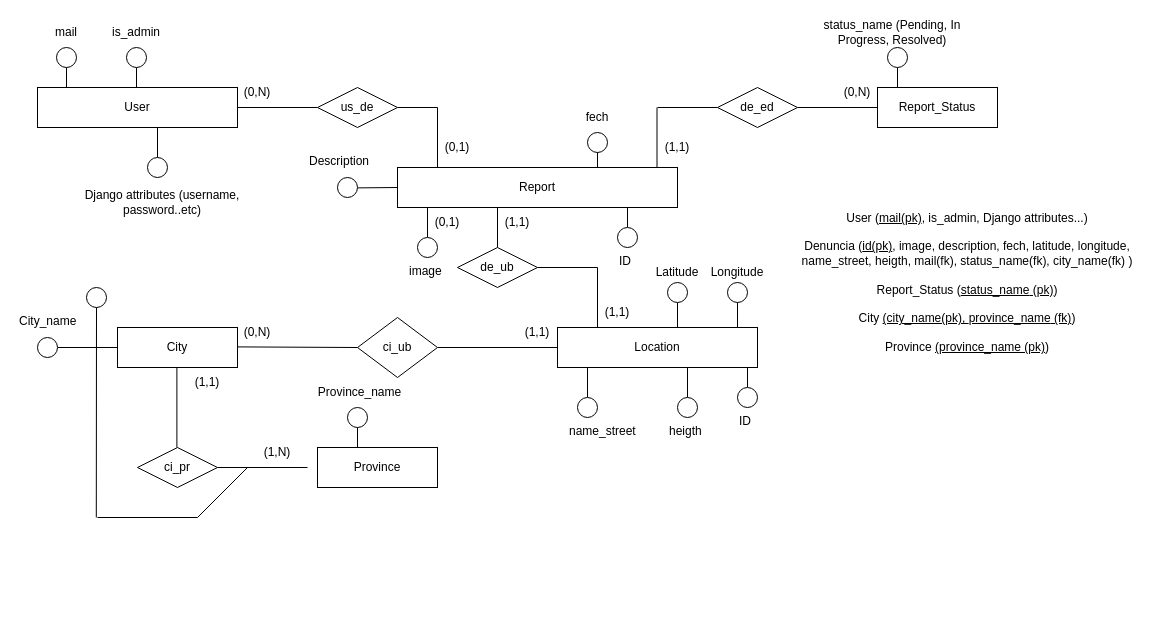
Before: documentation/database_modeling/conceptual_logical_physical_diagram.drawio in agustinsalum/zero_potholes, a draw.io diagram. Source tidied: cells renumbered, new cells numbered last; positions are measured from the earlier drawing's top-left corner, leaving out a move shared by most shapes. Both pictures are drawn from the tidied source at 100%, with x=0, y=0 at pixel (17, 17).
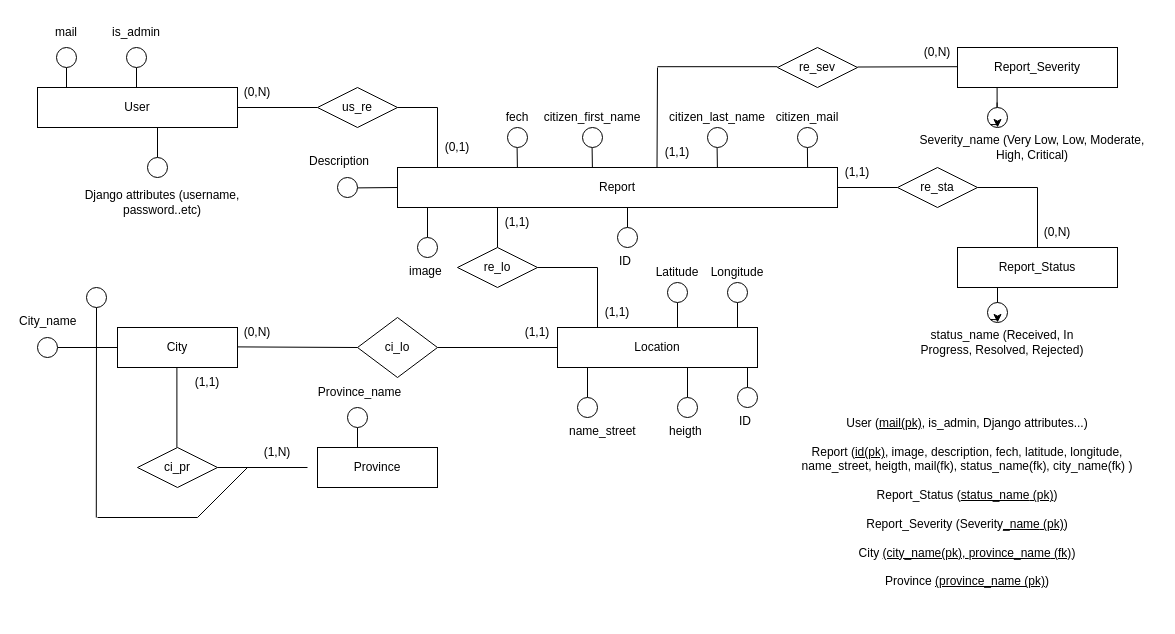
The same diagram, later.

Commit message (it also covers changes not shown here):
Update DB schema, model fields and documentation

Diff of the diagram source:
```diff
@@
     <mxCell id="3" value="Report" style="rounded=0;whiteSpace=wrap;html=1;" parent="1" vertex="1">
-      <mxGeometry x="380" y="150" width="280" height="40" as="geometry" />
+      <mxGeometry x="380" y="150" width="440" height="40" as="geometry" />
     </mxCell>
     <mxCell id="4" value="Report_Status" style="rounded=0;whiteSpace=wrap;html=1;" parent="1" vertex="1">
-      <mxGeometry x="860" y="70" width="120" height="40" as="geometry" />
+      <mxGeometry x="940" y="230" width="160" height="40" as="geometry" />
     </mxCell>
@@
-    <mxCell id="19" value="us_de" style="rhombus;whiteSpace=wrap;html=1;" parent="1" vertex="1">
+    <mxCell id="19" value="us_re" style="rhombus;whiteSpace=wrap;html=1;" parent="1" vertex="1">
       <mxGeometry x="300" y="70" width="80" height="40" as="geometry" />
     </mxCell>
@@
-    <mxCell id="33" value="de_ub" style="rhombus;whiteSpace=wrap;html=1;" parent="1" vertex="1">
+    <mxCell id="33" value="re_lo" style="rhombus;whiteSpace=wrap;html=1;" parent="1" vertex="1">
       <mxGeometry x="440" y="230" width="80" height="40" as="geometry" />
     </mxCell>
@@
-    <mxCell id="35" value="ci_ub" style="rhombus;whiteSpace=wrap;html=1;" parent="1" vertex="1">
+    <mxCell id="35" value="ci_lo" style="rhombus;whiteSpace=wrap;html=1;" parent="1" vertex="1">
       <mxGeometry x="340" y="300" width="80" height="60" as="geometry" />
     </mxCell>
@@
     <mxCell id="39" style="endArrow=none;html=1;rounded=0;" parent="1" edge="1">
       <mxGeometry relative="1" as="geometry">
         <mxPoint x="639.5" y="150" as="sourcePoint" />
-        <mxPoint x="639.5" y="90" as="targetPoint" />
+        <mxPoint x="640" y="50" as="targetPoint" />
       </mxGeometry>
     </mxCell>
-    <mxCell id="40" value="de_ed" style="rhombus;whiteSpace=wrap;html=1;" parent="1" vertex="1">
-      <mxGeometry x="700" y="70" width="80" height="40" as="geometry" />
+    <mxCell id="40" value="re_sta" style="rhombus;whiteSpace=wrap;html=1;" parent="1" vertex="1">
+      <mxGeometry x="880" y="150" width="80" height="40" as="geometry" />
     </mxCell>
     <mxCell id="41" value="(1,1)" style="text;html=1;align=center;verticalAlign=middle;whiteSpace=wrap;rounded=0;" parent="1" vertex="1">
-      <mxGeometry x="630" y="115" width="60" height="30" as="geometry" />
+      <mxGeometry x="810" y="140" width="60" height="30" as="geometry" />
     </mxCell>
     <mxCell id="42" value="(0,N)" style="text;html=1;align=center;verticalAlign=middle;whiteSpace=wrap;rounded=0;" parent="1" vertex="1">
-      <mxGeometry x="810" y="60" width="60" height="30" as="geometry" />
+      <mxGeometry x="1010" y="200" width="60" height="30" as="geometry" />
     </mxCell>
-    <mxCell id="43" style="endArrow=none;html=1;rounded=0;" parent="1" edge="1" source="45">
+    <mxCell id="43" style="endArrow=none;html=1;rounded=0;" parent="1" edge="1">
       <mxGeometry relative="1" as="geometry">
-        <mxPoint x="880" y="40" as="targetPoint" />
+        <mxPoint x="980" y="270" as="sourcePoint" />
+        <mxPoint x="980" y="285" as="targetPoint" />
+        <Array as="points">
+          <mxPoint x="980" y="290" />
+        </Array>
       </mxGeometry>
     </mxCell>
-    <mxCell id="44" style="endArrow=none;html=1;rounded=0;" parent="1" edge="1" target="45">
-      <mxGeometry relative="1" as="geometry">
-        <mxPoint x="880" y="70" as="sourcePoint" />
-      </mxGeometry>
-    </mxCell>
     <mxCell id="45" style="ellipse;whiteSpace=wrap;html=1;labelBackgroundColor=light-dark(#000000,#000000);fillColor=light-dark(#FFFFFF,#FFFFFF);" parent="1" vertex="1">
-      <mxGeometry x="870" y="30" width="20" height="20" as="geometry" />
+      <mxGeometry x="970" y="285" width="20" height="20" as="geometry" />
     </mxCell>
-    <mxCell id="46" value="status_name&amp;nbsp;(&lt;span style=&quot;background-color: transparent;&quot;&gt;Pending,&amp;nbsp;&lt;/span&gt;&lt;span style=&quot;background-color: transparent; color: light-dark(rgb(0, 0, 0), rgb(255, 255, 255));&quot;&gt;In Progress,&amp;nbsp;&lt;/span&gt;&lt;span style=&quot;background-color: transparent;&quot;&gt;Resolved&lt;/span&gt;)" style="text;html=1;align=center;verticalAlign=middle;whiteSpace=wrap;rounded=0;" parent="1" vertex="1">
-      <mxGeometry x="760" width="230" height="30" as="geometry" />
+    <mxCell id="46" value="status_name&amp;nbsp;(&lt;span style=&quot;background-color: transparent;&quot;&gt;Received,&amp;nbsp;&lt;/span&gt;&lt;span style=&quot;background-color: transparent; color: light-dark(rgb(0, 0, 0), rgb(255, 255, 255));&quot;&gt;In Progress,&amp;nbsp;&lt;/span&gt;&lt;span style=&quot;background-color: transparent; color: light-dark(rgb(0, 0, 0), rgb(255, 255, 255));&quot;&gt;Resolved,&amp;nbsp;&lt;/span&gt;&lt;span style=&quot;background-color: transparent;&quot;&gt;Rejected&lt;/span&gt;)" style="text;html=1;align=center;verticalAlign=middle;whiteSpace=wrap;rounded=0;" parent="1" vertex="1">
+      <mxGeometry x="860" y="310" width="250" height="30" as="geometry" />
     </mxCell>
@@
     <mxCell id="50" style="endArrow=none;html=1;rounded=0;" parent="1" edge="1">
       <mxGeometry relative="1" as="geometry">
-        <mxPoint x="640" y="90" as="sourcePoint" />
-        <mxPoint x="700" y="90" as="targetPoint" />
+        <mxPoint x="820" y="170" as="sourcePoint" />
+        <mxPoint x="880" y="170" as="targetPoint" />
       </mxGeometry>
     </mxCell>
     <mxCell id="51" style="endArrow=none;html=1;rounded=0;" parent="1" edge="1">
       <mxGeometry relative="1" as="geometry">
-        <mxPoint x="780" y="90" as="sourcePoint" />
-        <mxPoint x="860" y="90" as="targetPoint" />
+        <mxPoint x="1020" y="170" as="sourcePoint" />
+        <mxPoint x="1020" y="230" as="targetPoint" />
       </mxGeometry>
     </mxCell>
-    <mxCell id="52" style="endArrow=none;html=1;rounded=0;" parent="1" edge="1" source="54">
-      <mxGeometry relative="1" as="geometry">
-        <mxPoint x="580" y="125" as="targetPoint" />
-        <Array as="points">
-          <mxPoint x="580" y="140" />
-        </Array>
-      </mxGeometry>
-    </mxCell>
-    <mxCell id="53" style="endArrow=none;html=1;rounded=0;" parent="1" edge="1" target="54">
+    <mxCell id="53" style="endArrow=none;html=1;rounded=0;" parent="1" edge="1">
       <mxGeometry relative="1" as="geometry">
-        <mxPoint x="580" y="150" as="sourcePoint" />
+        <mxPoint x="499.9" y="150" as="sourcePoint" />
+        <mxPoint x="499.6" y="130" as="targetPoint" />
       </mxGeometry>
     </mxCell>
     <mxCell id="54" style="ellipse;whiteSpace=wrap;html=1;labelBackgroundColor=light-dark(#000000,#000000);" parent="1" vertex="1">
-      <mxGeometry x="570" y="115" width="20" height="20" as="geometry" />
+      <mxGeometry x="490" y="110" width="20" height="20" as="geometry" />
     </mxCell>
     <mxCell id="55" value="fech" style="text;html=1;align=center;verticalAlign=middle;whiteSpace=wrap;rounded=0;" parent="1" vertex="1">
-      <mxGeometry x="550" y="80" width="60" height="40" as="geometry" />
+      <mxGeometry x="470" y="80" width="60" height="40" as="geometry" />
     </mxCell>
@@
-    <mxCell id="80" value="(0,1)" style="text;html=1;align=center;verticalAlign=middle;whiteSpace=wrap;rounded=0;" parent="1" vertex="1">
-      <mxGeometry x="400" y="190" width="60" height="30" as="geometry" />
-    </mxCell>
@@
-    <mxCell id="95" value="User (&lt;u&gt;mail(pk)&lt;/u&gt;, is_admin, Django attributes...)&lt;div&gt;&lt;br&gt;&lt;/div&gt;&lt;div&gt;Denuncia (&lt;u&gt;id(pk)&lt;/u&gt;, image, description, fech, latitude, longitude, name_street, heigth, mail(fk),&amp;nbsp;status_name(fk), city_name(fk) )&lt;/div&gt;&lt;div&gt;&lt;br&gt;&lt;/div&gt;&lt;div&gt;&lt;span style=&quot;background-color: transparent; color: light-dark(rgb(0, 0, 0), rgb(255, 255, 255));&quot;&gt;Report_Status&lt;/span&gt;&amp;nbsp;(&lt;span style=&quot;background-color: transparent; color: light-dark(rgb(0, 0, 0), rgb(255, 255, 255));&quot;&gt;&lt;u&gt;status_name&lt;/u&gt;&lt;/span&gt;&lt;u style=&quot;background-color: transparent; color: light-dark(rgb(0, 0, 0), rgb(255, 255, 255));&quot;&gt;&amp;nbsp;(pk)&lt;/u&gt;&lt;span style=&quot;background-color: transparent; color: light-dark(rgb(0, 0, 0), rgb(255, 255, 255));&quot;&gt;)&lt;/span&gt;&lt;/div&gt;&lt;div&gt;&lt;br&gt;&lt;/div&gt;&lt;div&gt;City &lt;u&gt;(city_name(pk),&amp;nbsp;&lt;span style=&quot;background-color: transparent;&quot;&gt;province_name&lt;/span&gt;&lt;span style=&quot;background-color: transparent; color: light-dark(rgb(0, 0, 0), rgb(255, 255, 255));&quot;&gt;&amp;nbsp;(fk)&lt;/span&gt;&lt;/u&gt;&lt;span style=&quot;background-color: transparent; color: light-dark(rgb(0, 0, 0), rgb(255, 255, 255));&quot;&gt;)&lt;/span&gt;&lt;/div&gt;&lt;div&gt;&lt;br&gt;&lt;/div&gt;&lt;div&gt;&lt;span style=&quot;background-color: transparent; color: light-dark(rgb(0, 0, 0), rgb(255, 255, 255));&quot;&gt;Province&lt;/span&gt;&amp;nbsp;&lt;u&gt;(province_name&amp;nbsp;(pk)&lt;/u&gt;)&lt;/div&gt;" style="text;html=1;align=center;verticalAlign=middle;whiteSpace=wrap;rounded=0;" parent="1" vertex="1">
-      <mxGeometry x="760" y="150" width="380" height="230" as="geometry" />
+    <mxCell id="95" value="User (&lt;u&gt;mail(pk)&lt;/u&gt;, is_admin, Django attributes...)&lt;div&gt;&lt;br&gt;&lt;/div&gt;&lt;div&gt;Report (&lt;u&gt;id(pk)&lt;/u&gt;, image, description, fech, latitude, longitude, name_street, heigth, mail(fk),&amp;nbsp;status_name(fk), city_name(fk) )&lt;/div&gt;&lt;div&gt;&lt;br&gt;&lt;/div&gt;&lt;div&gt;&lt;span style=&quot;background-color: transparent; color: light-dark(rgb(0, 0, 0), rgb(255, 255, 255));&quot;&gt;Report_Status&lt;/span&gt;&amp;nbsp;(&lt;span style=&quot;background-color: transparent; color: light-dark(rgb(0, 0, 0), rgb(255, 255, 255));&quot;&gt;&lt;u&gt;status_name&lt;/u&gt;&lt;/span&gt;&lt;u style=&quot;background-color: transparent; color: light-dark(rgb(0, 0, 0), rgb(255, 255, 255));&quot;&gt;&amp;nbsp;(pk)&lt;/u&gt;&lt;span style=&quot;background-color: transparent; color: light-dark(rgb(0, 0, 0), rgb(255, 255, 255));&quot;&gt;)&lt;/span&gt;&lt;/div&gt;&lt;div&gt;&lt;span style=&quot;background-color: transparent; color: light-dark(rgb(0, 0, 0), rgb(255, 255, 255));&quot;&gt;&lt;br&gt;&lt;/span&gt;&lt;/div&gt;&lt;div&gt;&lt;span style=&quot;color: light-dark(rgb(0, 0, 0), rgb(255, 255, 255)); background-color: transparent;&quot;&gt;Report_&lt;/span&gt;&lt;span style=&quot;background-color: transparent; color: light-dark(rgb(0, 0, 0), rgb(255, 255, 255));&quot;&gt;Severity&lt;/span&gt;&lt;span style=&quot;background-color: transparent; color: light-dark(rgb(0, 0, 0), rgb(255, 255, 255));&quot;&gt;&amp;nbsp;(&lt;/span&gt;&lt;span style=&quot;background-color: transparent; color: light-dark(rgb(0, 0, 0), rgb(255, 255, 255));&quot;&gt;Severity&lt;/span&gt;&lt;span style=&quot;background-color: transparent; color: light-dark(rgb(0, 0, 0), rgb(255, 255, 255));&quot;&gt;&lt;u&gt;_name&lt;/u&gt;&lt;/span&gt;&lt;u style=&quot;background-color: transparent; color: light-dark(rgb(0, 0, 0), rgb(255, 255, 255));&quot;&gt;&amp;nbsp;(pk)&lt;/u&gt;&lt;span style=&quot;background-color: transparent; color: light-dark(rgb(0, 0, 0), rgb(255, 255, 255));&quot;&gt;)&lt;/span&gt;&lt;/div&gt;&lt;div&gt;&lt;br&gt;&lt;/div&gt;&lt;div&gt;City &lt;u&gt;(city_name(pk),&amp;nbsp;&lt;span style=&quot;background-color: transparent;&quot;&gt;province_name&lt;/span&gt;&lt;span style=&quot;background-color: transparent; color: light-dark(rgb(0, 0, 0), rgb(255, 255, 255));&quot;&gt;&amp;nbsp;(fk)&lt;/span&gt;&lt;/u&gt;&lt;span style=&quot;background-color: transparent; color: light-dark(rgb(0, 0, 0), rgb(255, 255, 255));&quot;&gt;)&lt;/span&gt;&lt;/div&gt;&lt;div&gt;&lt;br&gt;&lt;/div&gt;&lt;div&gt;&lt;span style=&quot;background-color: transparent; color: light-dark(rgb(0, 0, 0), rgb(255, 255, 255));&quot;&gt;Province&lt;/span&gt;&amp;nbsp;&lt;u&gt;(province_name&amp;nbsp;(pk)&lt;/u&gt;)&lt;/div&gt;" style="text;html=1;align=center;verticalAlign=middle;whiteSpace=wrap;rounded=0;" parent="1" vertex="1">
+      <mxGeometry x="760" y="370" width="380" height="230" as="geometry" />
     </mxCell>
+    <mxCell id="96" style="endArrow=none;html=1;rounded=0;exitX=1;exitY=0.5;exitDx=0;exitDy=0;" parent="1" edge="1">
+      <mxGeometry relative="1" as="geometry">
+        <mxPoint x="640" y="49.2" as="sourcePoint" />
+        <mxPoint x="760" y="49.2" as="targetPoint" />
+      </mxGeometry>
+    </mxCell>
+    <mxCell id="97" style="edgeStyle=orthogonalEdgeStyle;rounded=0;orthogonalLoop=1;jettySize=auto;html=1;exitX=0;exitY=1;exitDx=0;exitDy=0;entryX=0.5;entryY=1;entryDx=0;entryDy=0;" parent="1" edge="1" source="45" target="45">
+      <mxGeometry relative="1" as="geometry" />
+    </mxCell>
+    <mxCell id="98" style="endArrow=none;html=1;rounded=0;" parent="1" edge="1">
+      <mxGeometry relative="1" as="geometry">
+        <mxPoint x="960" y="170" as="sourcePoint" />
+        <mxPoint x="1020" y="170" as="targetPoint" />
+      </mxGeometry>
+    </mxCell>
+    <mxCell id="99" value="&lt;div&gt;Report_Severity&lt;/div&gt;" style="rounded=0;whiteSpace=wrap;html=1;" parent="1" vertex="1">
+      <mxGeometry x="940" y="30" width="160" height="40" as="geometry" />
+    </mxCell>
+    <mxCell id="100" style="endArrow=none;html=1;rounded=0;" parent="1" edge="1">
+      <mxGeometry relative="1" as="geometry">
+        <mxPoint x="979.6" y="70" as="sourcePoint" />
+        <mxPoint x="979.6" y="85" as="targetPoint" />
+        <Array as="points">
+          <mxPoint x="979.6" y="90" />
+        </Array>
+      </mxGeometry>
+    </mxCell>
+    <mxCell id="101" style="ellipse;whiteSpace=wrap;html=1;labelBackgroundColor=light-dark(#000000,#000000);fillColor=light-dark(#FFFFFF,#FFFFFF);" parent="1" vertex="1">
+      <mxGeometry x="970" y="90" width="20" height="20" as="geometry" />
+    </mxCell>
+    <mxCell id="102" value="Severity_name&amp;nbsp;(Very Low, Low, Moderate, High, Critical)" style="text;html=1;align=center;verticalAlign=middle;whiteSpace=wrap;rounded=0;" parent="1" vertex="1">
+      <mxGeometry x="890" y="115" width="250" height="30" as="geometry" />
+    </mxCell>
+    <mxCell id="103" style="edgeStyle=orthogonalEdgeStyle;rounded=0;orthogonalLoop=1;jettySize=auto;html=1;exitX=0;exitY=1;exitDx=0;exitDy=0;entryX=0.5;entryY=1;entryDx=0;entryDy=0;" parent="1" edge="1" source="101" target="101">
+      <mxGeometry relative="1" as="geometry" />
+    </mxCell>
+    <mxCell id="104" value="re_sev" style="rhombus;whiteSpace=wrap;html=1;" parent="1" vertex="1">
+      <mxGeometry x="760" y="30" width="80" height="40" as="geometry" />
+    </mxCell>
+    <mxCell id="105" style="endArrow=none;html=1;rounded=0;exitX=1;exitY=0.5;exitDx=0;exitDy=0;" parent="1" edge="1">
+      <mxGeometry relative="1" as="geometry">
+        <mxPoint x="840" y="49.5" as="sourcePoint" />
+        <mxPoint x="940" y="49.2" as="targetPoint" />
+      </mxGeometry>
+    </mxCell>
+    <mxCell id="106" value="(1,1)" style="text;html=1;align=center;verticalAlign=middle;whiteSpace=wrap;rounded=0;" parent="1" vertex="1">
+      <mxGeometry x="630" y="120" width="60" height="30" as="geometry" />
+    </mxCell>
+    <mxCell id="107" value="(0,N)" style="text;html=1;align=center;verticalAlign=middle;whiteSpace=wrap;rounded=0;" parent="1" vertex="1">
+      <mxGeometry x="890" y="20" width="60" height="30" as="geometry" />
+    </mxCell>
+    <mxCell id="108" style="endArrow=none;html=1;rounded=0;" parent="1" edge="1">
+      <mxGeometry relative="1" as="geometry">
+        <mxPoint x="574.9" y="150" as="sourcePoint" />
+        <mxPoint x="574.6" y="130" as="targetPoint" />
+      </mxGeometry>
+    </mxCell>
+    <mxCell id="109" style="ellipse;whiteSpace=wrap;html=1;labelBackgroundColor=light-dark(#000000,#000000);" parent="1" vertex="1">
+      <mxGeometry x="565" y="110" width="20" height="20" as="geometry" />
+    </mxCell>
+    <mxCell id="110" style="endArrow=none;html=1;rounded=0;" parent="1" edge="1">
+      <mxGeometry relative="1" as="geometry">
+        <mxPoint x="699.9" y="150" as="sourcePoint" />
+        <mxPoint x="699.6" y="130" as="targetPoint" />
+      </mxGeometry>
+    </mxCell>
+    <mxCell id="111" style="ellipse;whiteSpace=wrap;html=1;labelBackgroundColor=light-dark(#000000,#000000);" parent="1" vertex="1">
+      <mxGeometry x="690" y="110" width="20" height="20" as="geometry" />
+    </mxCell>
+    <mxCell id="112" style="endArrow=none;html=1;rounded=0;" parent="1" edge="1">
+      <mxGeometry relative="1" as="geometry">
+        <mxPoint x="790.1" y="150" as="sourcePoint" />
+        <mxPoint x="789.9" y="130" as="targetPoint" />
+      </mxGeometry>
+    </mxCell>
+    <mxCell id="113" style="ellipse;whiteSpace=wrap;html=1;labelBackgroundColor=light-dark(#000000,#000000);" parent="1" vertex="1">
+      <mxGeometry x="780" y="110" width="20" height="20" as="geometry" />
+    </mxCell>
+    <mxCell id="114" value="citizen_first_name" style="text;html=1;align=center;verticalAlign=middle;whiteSpace=wrap;rounded=0;" parent="1" vertex="1">
+      <mxGeometry x="545" y="80" width="60" height="40" as="geometry" />
+    </mxCell>
+    <mxCell id="115" value="citizen_last_name" style="text;html=1;align=center;verticalAlign=middle;whiteSpace=wrap;rounded=0;" parent="1" vertex="1">
+      <mxGeometry x="670" y="80" width="60" height="40" as="geometry" />
+    </mxCell>
+    <mxCell id="116" value="citizen_mail" style="text;html=1;align=center;verticalAlign=middle;whiteSpace=wrap;rounded=0;" parent="1" vertex="1">
+      <mxGeometry x="760" y="80" width="60" height="40" as="geometry" />
+    </mxCell>
```
